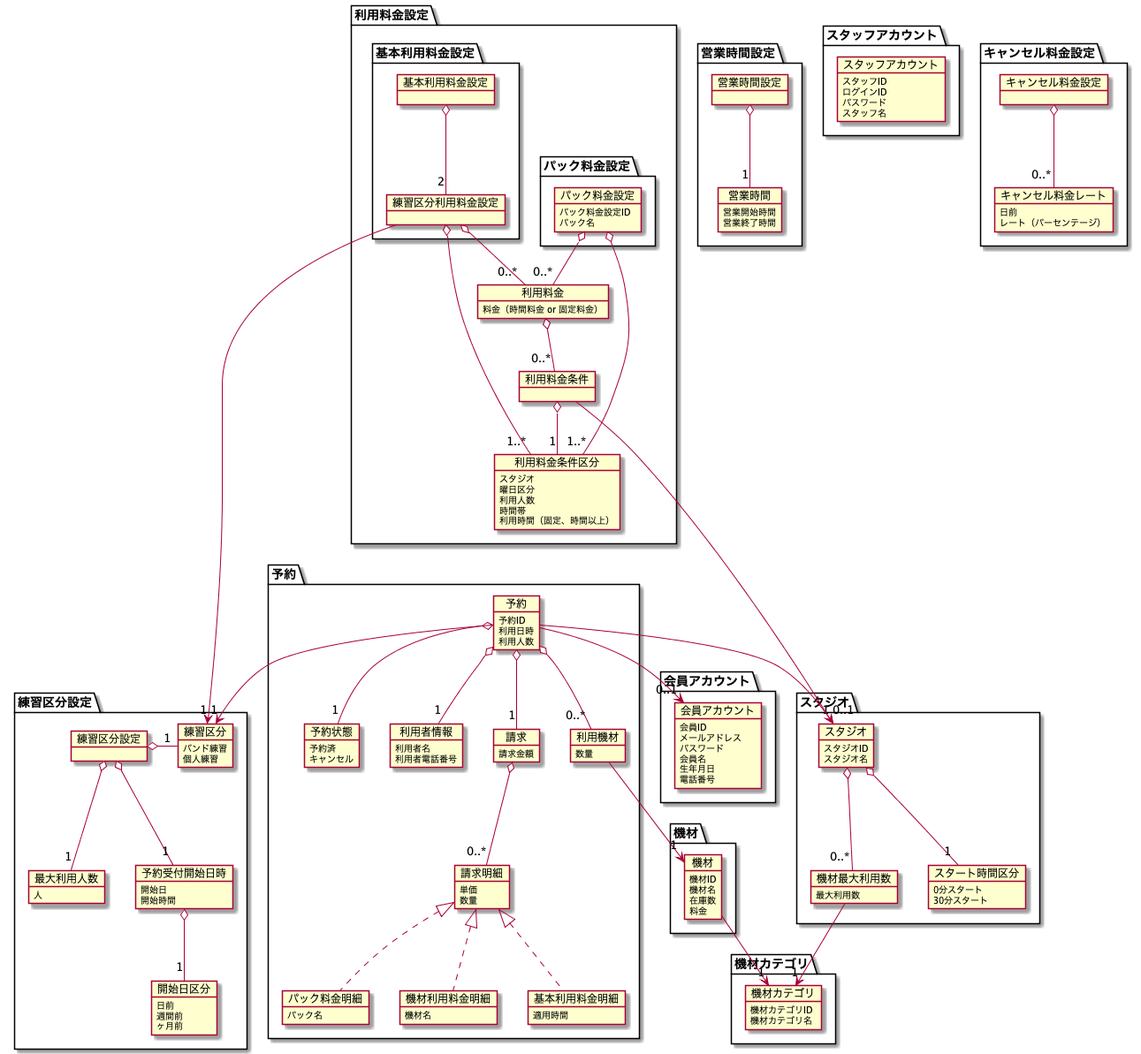
The PlantUML diagram modeling/DomainModel/DomainModel.png in TakashiOnawa/ddd-practice-studio-reservation, before a commit.
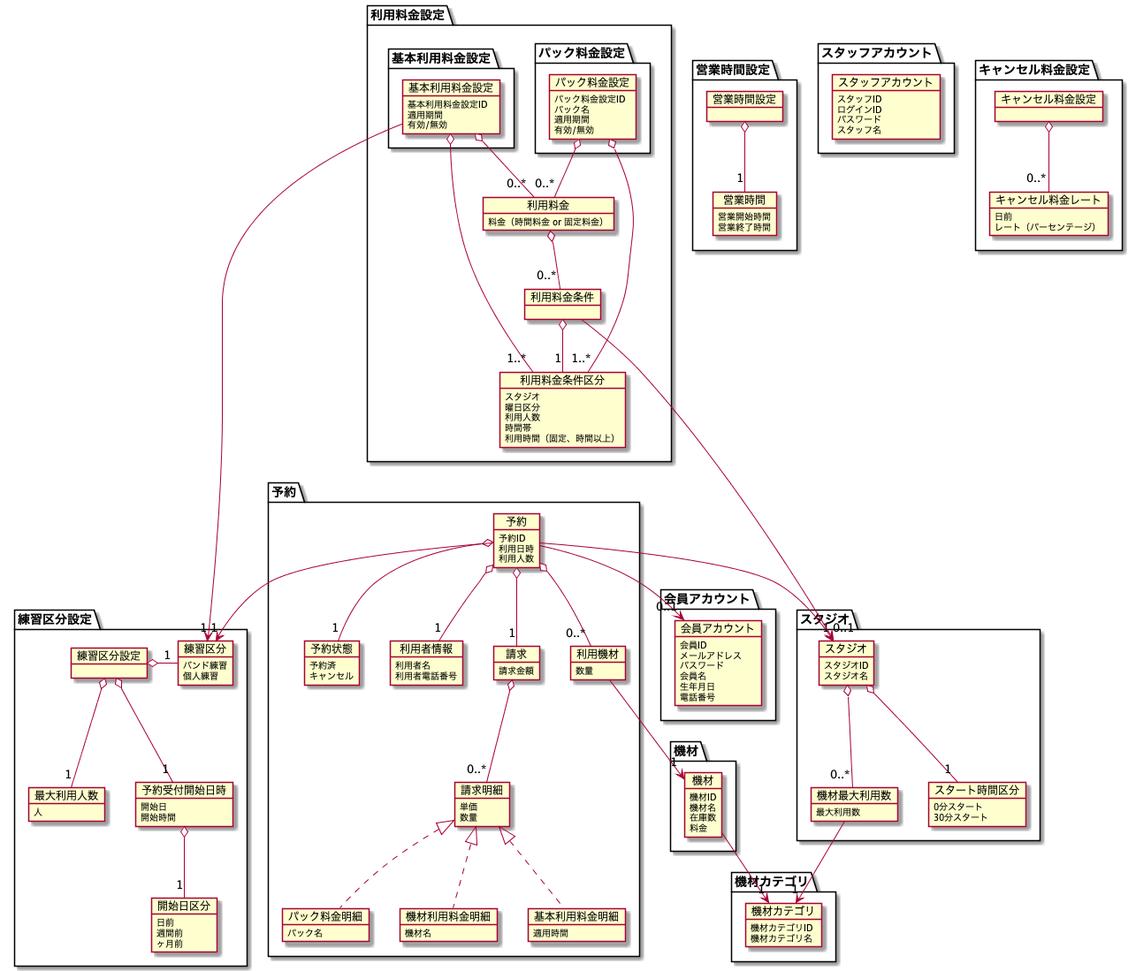
Later version of the same file.

Change to the diagram source:
```diff
@@ -133,9 +133,9 @@
 package 利用料金設定 {
     package 基本利用料金設定 {
         object 基本利用料金設定 {
-        }
-
-        object 練習区分利用料金設定 {
+            基本利用料金設定ID
+            適用期間
+            有効/無効
         }
     }
 
@@ -143,6 +143,8 @@
         object パック料金設定 {
             パック料金設定ID
             パック名
+            適用期間
+            有効/無効
         }
     }
 
@@ -203,10 +205,9 @@
 
 キャンセル料金設定 o-- "0..*" キャンセル料金レート
 
-基本利用料金設定 o-- "2" 練習区分利用料金設定
-練習区分利用料金設定 o-- "0..*" 利用料金
-練習区分利用料金設定 o-- "1..*" 利用料金条件区分
-練習区分利用料金設定 --> "1" 練習区分
+基本利用料金設定 o-- "0..*" 利用料金
+基本利用料金設定 o-- "1..*" 利用料金条件区分
+基本利用料金設定 --> "1" 練習区分
 
 パック料金設定 o-- "0..*" 利用料金
 パック料金設定 o-- "1..*" 利用料金条件区分
```
